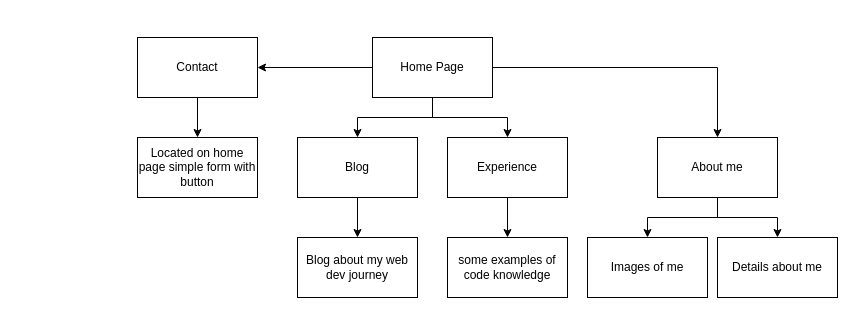
Before: other files/Untitled Diagram.drawio in BenDavies1218/Portfolio_T1A2, a draw.io diagram. Source tidied: cells renumbered, new cells numbered last; positions are measured from the earlier drawing's top-left corner, leaving out a move shared by most shapes. Both pictures are drawn from the tidied source at 100%, with x=0, y=0 at pixel (137, 37).
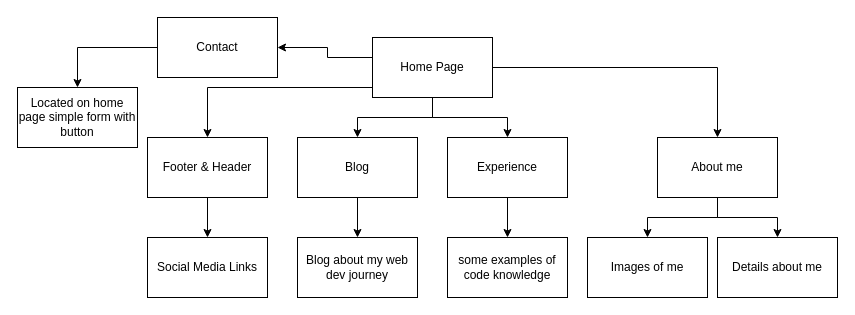
After the change.

The change refers to these unchanged cells:
```xml
<mxCell id="6" value="Home Page" style="rounded=0;whiteSpace=wrap;html=1;" parent="1" vertex="1">
  <mxGeometry x="235" width="120" height="60" as="geometry" />
</mxCell>
```

What changed in the source:
```diff
@@
     <mxCell id="5" style="edgeStyle=orthogonalEdgeStyle;rounded=0;jettySize=auto;html=1;entryX=1;entryY=0.5;entryDx=0;entryDy=0;" parent="1" edge="1" source="6" target="15">
-      <mxGeometry relative="1" as="geometry" />
+      <mxGeometry relative="1" as="geometry">
+        <Array as="points">
+          <mxPoint x="190" y="20" />
+          <mxPoint x="190" y="10" />
+        </Array>
+      </mxGeometry>
     </mxCell>
+    <mxCell id="21" style="edgeStyle=orthogonalEdgeStyle;rounded=0;jettySize=auto;html=1;entryX=0.5;entryY=0;entryDx=0;entryDy=0;" parent="1" edge="1" source="6" target="23">
+      <mxGeometry relative="1" as="geometry">
+        <Array as="points">
+          <mxPoint x="70" y="50" />
+        </Array>
+      </mxGeometry>
+    </mxCell>
@@
     <mxCell id="15" value="Contact" style="rounded=0;whiteSpace=wrap;html=1;" parent="1" vertex="1">
-      <mxGeometry width="120" height="60" as="geometry" />
+      <mxGeometry x="20" y="-20" width="120" height="60" as="geometry" />
     </mxCell>
@@
     <mxCell id="20" value="Located on home page simple form with button" style="rounded=0;whiteSpace=wrap;html=1;" parent="1" vertex="1">
-      <mxGeometry y="100" width="120" height="60" as="geometry" />
+      <mxGeometry x="-120" y="50" width="120" height="60" as="geometry" />
     </mxCell>
+    <mxCell id="22" style="edgeStyle=orthogonalEdgeStyle;rounded=0;jettySize=auto;html=1;" parent="1" edge="1" source="23" target="24">
+      <mxGeometry relative="1" as="geometry" />
+    </mxCell>
+    <mxCell id="23" value="Footer &amp;amp; Header" style="rounded=0;whiteSpace=wrap;html=1;" parent="1" vertex="1">
+      <mxGeometry x="10" y="100" width="120" height="60" as="geometry" />
+    </mxCell>
+    <mxCell id="24" value="Social Media Links" style="rounded=0;whiteSpace=wrap;html=1;" parent="1" vertex="1">
+      <mxGeometry x="10" y="200" width="120" height="60" as="geometry" />
+    </mxCell>
```
